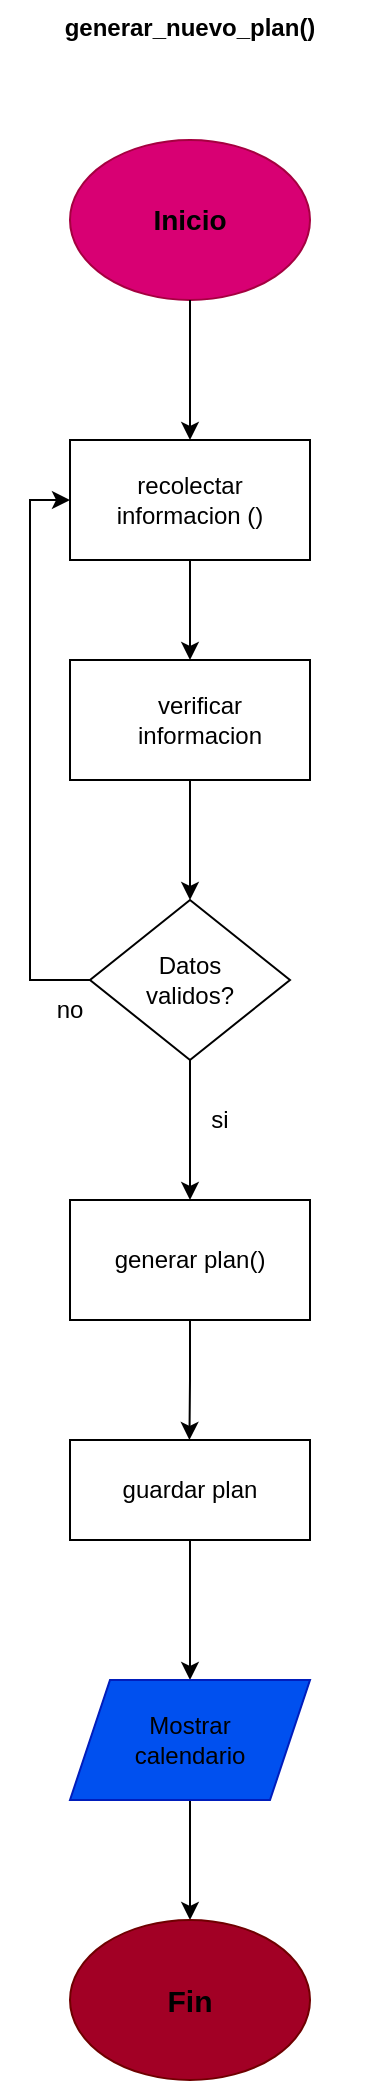
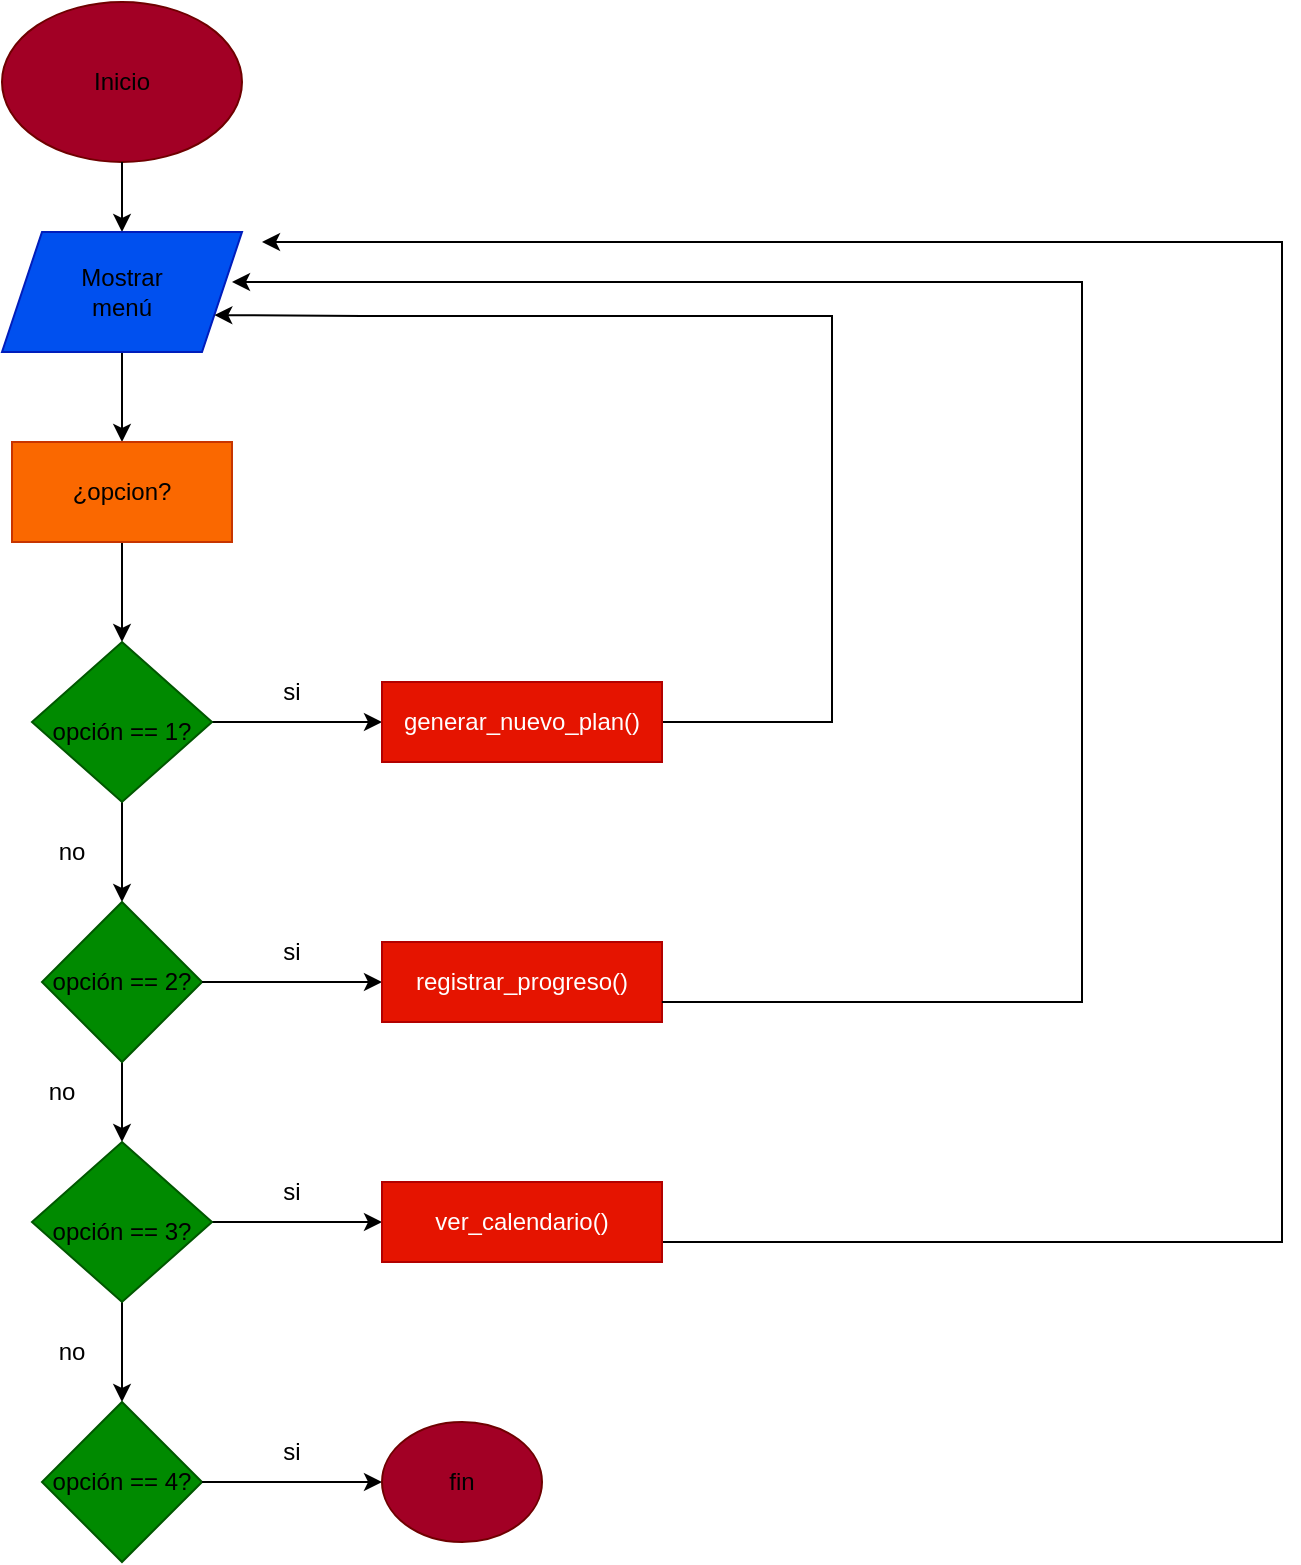
<mxfile host="app.diagrams.net">
-   <diagram name="Página-1" id="Pbo5XaAALPT2K-QMePv2">
-     <mxGraphModel dx="1106" dy="644" grid="1" gridSize="10" guides="1" tooltips="1" connect="1" arrows="1" fold="1" page="1" pageScale="1" pageWidth="827" pageHeight="1169" math="0" shadow="0">
+   <diagram name="Página-1" id="oSVJuoh6jqE7HBOHeRjp">
+     <mxGraphModel dx="1032" dy="601" grid="1" gridSize="10" guides="1" tooltips="1" connect="1" arrows="1" fold="1" page="1" pageScale="1" pageWidth="827" pageHeight="1169" math="0" shadow="0">
      <root>
        <mxCell id="0" />
        <mxCell id="1" parent="0" />
-         <mxCell id="eI1CErdXToQsNWmg2Q4K-1" parent="1" style="text;whiteSpace=wrap;fontStyle=1;align=center;fontColor=light-dark(#000000,#C7FFF8);" value="generar_nuevo_plan()" vertex="1">
-           <mxGeometry height="40" width="190" x="235" y="10" as="geometry" />
+         <mxCell id="aeWvypFD9zjGKCX_coQA-3" parent="1" style="ellipse;whiteSpace=wrap;html=1;fillColor=#a20025;fontColor=#ffffff;strokeColor=#6F0000;" value="" vertex="1">
+           <mxGeometry height="80" width="120" x="310" y="30" as="geometry" />
        </mxCell>
-         <mxCell id="eI1CErdXToQsNWmg2Q4K-2" parent="1" style="ellipse;whiteSpace=wrap;html=1;fillColor=light-dark(#D80073,#EA6B66);fontColor=#ffffff;strokeColor=#A50040;" value="" vertex="1">
-           <mxGeometry height="80" width="120" x="270" y="80" as="geometry" />
-         </mxCell>
-         <mxCell id="eI1CErdXToQsNWmg2Q4K-5" edge="1" parent="1" style="edgeStyle=orthogonalEdgeStyle;rounded=0;orthogonalLoop=1;jettySize=auto;html=1;">
+         <mxCell id="aeWvypFD9zjGKCX_coQA-5" edge="1" parent="1" source="aeWvypFD9zjGKCX_coQA-3" style="edgeStyle=orthogonalEdgeStyle;rounded=0;orthogonalLoop=1;jettySize=auto;html=1;entryX=0.5;entryY=0;entryDx=0;entryDy=0;exitX=0.5;exitY=1;exitDx=0;exitDy=0;exitPerimeter=0;" target="aeWvypFD9zjGKCX_coQA-6">
          <mxGeometry relative="1" as="geometry">
-             <mxPoint x="330" y="160" as="sourcePoint" />
-             <mxPoint x="330" y="230" as="targetPoint" />
+             <Array as="points" />
+             <mxPoint x="370" y="120" as="sourcePoint" />
+             <mxPoint x="370" y="180" as="targetPoint" />
          </mxGeometry>
        </mxCell>
-         <mxCell id="eI1CErdXToQsNWmg2Q4K-3" parent="1" style="text;html=1;whiteSpace=wrap;strokeColor=none;fillColor=none;align=center;verticalAlign=middle;rounded=0;fontSize=14;" value="&lt;b&gt;Inicio&lt;/b&gt;" vertex="1">
-           <mxGeometry height="35" width="70" x="295" y="102.5" as="geometry" />
+         <mxCell id="aeWvypFD9zjGKCX_coQA-4" parent="1" style="text;html=1;whiteSpace=wrap;strokeColor=none;fillColor=none;align=center;verticalAlign=middle;rounded=0;" value="Inicio" vertex="1">
+           <mxGeometry height="30" width="60" x="340" y="55" as="geometry" />
        </mxCell>
-         <mxCell id="eI1CErdXToQsNWmg2Q4K-8" edge="1" parent="1" source="eI1CErdXToQsNWmg2Q4K-6" style="edgeStyle=orthogonalEdgeStyle;rounded=0;orthogonalLoop=1;jettySize=auto;html=1;exitX=0.5;exitY=1;exitDx=0;exitDy=0;">
+         <mxCell id="aeWvypFD9zjGKCX_coQA-20" edge="1" parent="1" source="aeWvypFD9zjGKCX_coQA-6" style="edgeStyle=orthogonalEdgeStyle;rounded=0;orthogonalLoop=1;jettySize=auto;html=1;exitX=0.5;exitY=1;exitDx=0;exitDy=0;entryX=0.5;entryY=0;entryDx=0;entryDy=0;" target="aeWvypFD9zjGKCX_coQA-13">
+           <mxGeometry relative="1" as="geometry" />
+         </mxCell>
+         <mxCell id="aeWvypFD9zjGKCX_coQA-6" parent="1" style="shape=parallelogram;perimeter=parallelogramPerimeter;whiteSpace=wrap;html=1;fixedSize=1;fillColor=#0050ef;fontColor=#ffffff;strokeColor=#001DBC;" value="" vertex="1">
+           <mxGeometry height="60" width="120" x="310" y="145" as="geometry" />
+         </mxCell>
+         <mxCell id="aeWvypFD9zjGKCX_coQA-7" parent="1" style="text;html=1;whiteSpace=wrap;strokeColor=none;fillColor=none;align=center;verticalAlign=middle;rounded=0;" value="Mostrar menú" vertex="1">
+           <mxGeometry height="30" width="60" x="340" y="160" as="geometry" />
+         </mxCell>
+         <mxCell id="aeWvypFD9zjGKCX_coQA-21" edge="1" parent="1" source="aeWvypFD9zjGKCX_coQA-13" style="edgeStyle=orthogonalEdgeStyle;rounded=0;orthogonalLoop=1;jettySize=auto;html=1;" target="aeWvypFD9zjGKCX_coQA-22">
          <mxGeometry relative="1" as="geometry">
-             <mxPoint x="330" y="340" as="targetPoint" />
+             <mxPoint x="370" y="390" as="targetPoint" />
          </mxGeometry>
        </mxCell>
-         <mxCell id="eI1CErdXToQsNWmg2Q4K-6" parent="1" style="rounded=0;whiteSpace=wrap;html=1;fillColor=light-dark(#FFFFFF,#FF9F7C);" value="" vertex="1">
-           <mxGeometry height="60" width="120" x="270" y="230" as="geometry" />
+         <mxCell id="aeWvypFD9zjGKCX_coQA-13" parent="1" style="rounded=0;whiteSpace=wrap;html=1;fillColor=light-dark(#FA6800,#FFB570);fontColor=#000000;strokeColor=#C73500;" value="" vertex="1">
+           <mxGeometry height="50" width="110" x="315" y="250" as="geometry" />
        </mxCell>
-         <mxCell id="eI1CErdXToQsNWmg2Q4K-7" parent="1" style="text;html=1;whiteSpace=wrap;strokeColor=none;fillColor=none;align=center;verticalAlign=middle;rounded=0;" value="recolectar informacion ()" vertex="1">
-           <mxGeometry height="30" width="80" x="290" y="245" as="geometry" />
+         <mxCell id="aeWvypFD9zjGKCX_coQA-19" parent="1" style="text;html=1;whiteSpace=wrap;strokeColor=none;fillColor=none;align=center;verticalAlign=middle;rounded=0;" value="¿opcion?" vertex="1">
+           <mxGeometry height="30" width="60" x="340" y="260" as="geometry" />
        </mxCell>
-         <mxCell id="eI1CErdXToQsNWmg2Q4K-11" edge="1" parent="1" source="eI1CErdXToQsNWmg2Q4K-9" style="edgeStyle=orthogonalEdgeStyle;rounded=0;orthogonalLoop=1;jettySize=auto;html=1;" target="eI1CErdXToQsNWmg2Q4K-12">
+         <mxCell id="aeWvypFD9zjGKCX_coQA-24" edge="1" parent="1" source="aeWvypFD9zjGKCX_coQA-22" style="edgeStyle=orthogonalEdgeStyle;rounded=0;orthogonalLoop=1;jettySize=auto;html=1;exitX=1;exitY=0.5;exitDx=0;exitDy=0;" target="aeWvypFD9zjGKCX_coQA-26">
          <mxGeometry relative="1" as="geometry">
-             <mxPoint x="330" y="460" as="targetPoint" />
+             <mxPoint x="460" y="430" as="targetPoint" />
          </mxGeometry>
        </mxCell>
-         <mxCell id="eI1CErdXToQsNWmg2Q4K-9" parent="1" style="rounded=0;whiteSpace=wrap;html=1;fillColor=light-dark(#FFFFFF,#FF9F7C);" value="" vertex="1">
-           <mxGeometry height="60" width="120" x="270" y="340" as="geometry" />
+         <mxCell id="aeWvypFD9zjGKCX_coQA-30" edge="1" parent="1" source="aeWvypFD9zjGKCX_coQA-22" style="edgeStyle=orthogonalEdgeStyle;rounded=0;orthogonalLoop=1;jettySize=auto;html=1;exitX=0.5;exitY=1;exitDx=0;exitDy=0;entryX=0;entryY=0.5;entryDx=0;entryDy=0;" target="aeWvypFD9zjGKCX_coQA-36">
+           <mxGeometry relative="1" as="geometry">
+             <mxPoint x="370" y="480" as="targetPoint" />
+           </mxGeometry>
        </mxCell>
-         <mxCell id="eI1CErdXToQsNWmg2Q4K-10" parent="1" style="text;html=1;whiteSpace=wrap;strokeColor=none;fillColor=none;align=center;verticalAlign=middle;rounded=0;" value="verificar informacion" vertex="1">
-           <mxGeometry height="30" width="60" x="305" y="355" as="geometry" />
+         <mxCell id="aeWvypFD9zjGKCX_coQA-22" parent="1" style="rhombus;whiteSpace=wrap;html=1;fillColor=light-dark(#008A00,#97D077);strokeColor=#005700;fontColor=#ffffff;" value="" vertex="1">
+           <mxGeometry height="80" width="90" x="325" y="350" as="geometry" />
        </mxCell>
-         <mxCell id="eI1CErdXToQsNWmg2Q4K-14" edge="1" parent="1" source="eI1CErdXToQsNWmg2Q4K-12" style="edgeStyle=orthogonalEdgeStyle;rounded=0;orthogonalLoop=1;jettySize=auto;html=1;exitX=0;exitY=0.5;exitDx=0;exitDy=0;entryX=0;entryY=0.5;entryDx=0;entryDy=0;" target="eI1CErdXToQsNWmg2Q4K-6">
+         <mxCell id="aeWvypFD9zjGKCX_coQA-23" parent="1" style="text;html=1;whiteSpace=wrap;strokeColor=none;fillColor=none;align=center;verticalAlign=middle;rounded=0;" value="opción == 1?" vertex="1">
+           <mxGeometry height="30" width="80" x="330" y="380" as="geometry" />
+         </mxCell>
+         <mxCell id="aeWvypFD9zjGKCX_coQA-71" edge="1" parent="1" style="edgeStyle=orthogonalEdgeStyle;rounded=0;orthogonalLoop=1;jettySize=auto;html=1;entryX=1;entryY=0.75;entryDx=0;entryDy=0;" target="aeWvypFD9zjGKCX_coQA-6">
          <mxGeometry relative="1" as="geometry">
            <Array as="points">
-               <mxPoint x="250" y="500" />
-               <mxPoint x="250" y="260" />
+               <mxPoint x="725" y="390" />
+               <mxPoint x="725" y="187" />
+               <mxPoint x="490" y="187" />
            </Array>
+             <mxPoint x="640" y="390" as="sourcePoint" />
+             <mxPoint x="489.9954545454547" y="191.36363636363637" as="targetPoint" />
          </mxGeometry>
        </mxCell>
-         <mxCell id="eI1CErdXToQsNWmg2Q4K-16" edge="1" parent="1" source="eI1CErdXToQsNWmg2Q4K-12" style="edgeStyle=orthogonalEdgeStyle;rounded=0;orthogonalLoop=1;jettySize=auto;html=1;exitX=0.5;exitY=1;exitDx=0;exitDy=0;">
+         <mxCell id="aeWvypFD9zjGKCX_coQA-26" parent="1" style="rounded=0;whiteSpace=wrap;html=1;fillColor=#e51400;fontColor=#ffffff;strokeColor=#B20000;" value="generar_nuevo_plan()" vertex="1">
+           <mxGeometry height="40" width="140" x="500" y="370" as="geometry" />
+         </mxCell>
+         <mxCell id="aeWvypFD9zjGKCX_coQA-27" parent="1" style="text;html=1;whiteSpace=wrap;strokeColor=none;fillColor=none;align=center;verticalAlign=middle;rounded=0;" value="si" vertex="1">
+           <mxGeometry height="30" width="60" x="425" y="360" as="geometry" />
+         </mxCell>
+         <mxCell id="aeWvypFD9zjGKCX_coQA-31" parent="1" style="text;html=1;whiteSpace=wrap;strokeColor=none;fillColor=none;align=center;verticalAlign=middle;rounded=0;" value="no" vertex="1">
+           <mxGeometry height="30" width="60" x="315" y="440" as="geometry" />
+         </mxCell>
+         <mxCell id="aeWvypFD9zjGKCX_coQA-63" edge="1" parent="1" source="aeWvypFD9zjGKCX_coQA-36" style="edgeStyle=orthogonalEdgeStyle;rounded=0;orthogonalLoop=1;jettySize=auto;html=1;exitX=1;exitY=0.5;exitDx=0;exitDy=0;entryX=0.5;entryY=0;entryDx=0;entryDy=0;" target="aeWvypFD9zjGKCX_coQA-55">
+           <mxGeometry relative="1" as="geometry" />
+         </mxCell>
+         <mxCell id="aeWvypFD9zjGKCX_coQA-36" parent="1" style="rhombus;whiteSpace=wrap;html=1;direction=south;fillColor=light-dark(#008A00,#97D077);fontColor=#ffffff;strokeColor=#005700;" value="" vertex="1">
+           <mxGeometry height="80" width="80" x="330" y="480" as="geometry" />
+         </mxCell>
+         <mxCell id="aeWvypFD9zjGKCX_coQA-41" edge="1" parent="1" source="aeWvypFD9zjGKCX_coQA-37" style="edgeStyle=orthogonalEdgeStyle;rounded=0;orthogonalLoop=1;jettySize=auto;html=1;exitX=1;exitY=0.5;exitDx=0;exitDy=0;">
          <mxGeometry relative="1" as="geometry">
-             <mxPoint x="330" y="610" as="targetPoint" />
+             <mxPoint x="500" y="519.9999999999999" as="targetPoint" />
          </mxGeometry>
        </mxCell>
-         <mxCell id="eI1CErdXToQsNWmg2Q4K-12" parent="1" style="rhombus;whiteSpace=wrap;html=1;fillColor=light-dark(#FFFFFF,#97D077);fontColor=light-dark(#000000,#97D077);" value="" vertex="1">
-           <mxGeometry height="80" width="100" x="280" y="460" as="geometry" />
+         <mxCell id="aeWvypFD9zjGKCX_coQA-37" parent="1" style="text;html=1;whiteSpace=wrap;strokeColor=none;fillColor=none;align=center;verticalAlign=middle;rounded=0;" value="opción == 2?" vertex="1">
+           <mxGeometry height="30" width="80" x="330" y="505" as="geometry" />
        </mxCell>
-         <mxCell id="eI1CErdXToQsNWmg2Q4K-13" parent="1" style="text;html=1;whiteSpace=wrap;strokeColor=none;fillColor=none;align=center;verticalAlign=middle;rounded=0;fontColor=light-dark(#000000,#000000);" value="Datos validos?" vertex="1">
-           <mxGeometry height="35" width="60" x="300" y="482.5" as="geometry" />
+         <mxCell id="aeWvypFD9zjGKCX_coQA-42" parent="1" style="text;html=1;whiteSpace=wrap;strokeColor=none;fillColor=none;align=center;verticalAlign=middle;rounded=0;" value="si" vertex="1">
+           <mxGeometry height="30" width="60" x="425" y="490" as="geometry" />
        </mxCell>
-         <mxCell id="eI1CErdXToQsNWmg2Q4K-15" parent="1" style="text;html=1;whiteSpace=wrap;strokeColor=none;fillColor=none;align=center;verticalAlign=middle;rounded=0;" value="no" vertex="1">
-           <mxGeometry height="30" width="60" x="240" y="500" as="geometry" />
-         </mxCell>
-         <mxCell id="eI1CErdXToQsNWmg2Q4K-18" parent="1" style="text;html=1;whiteSpace=wrap;strokeColor=none;fillColor=none;align=center;verticalAlign=middle;rounded=0;" value="si" vertex="1">
-           <mxGeometry height="30" width="60" x="315" y="555" as="geometry" />
-         </mxCell>
-         <mxCell id="eI1CErdXToQsNWmg2Q4K-27" edge="1" parent="1" source="eI1CErdXToQsNWmg2Q4K-19" style="edgeStyle=orthogonalEdgeStyle;rounded=0;orthogonalLoop=1;jettySize=auto;html=1;exitX=0.5;exitY=1;exitDx=0;exitDy=0;">
+         <mxCell id="aeWvypFD9zjGKCX_coQA-53" edge="1" parent="1" source="aeWvypFD9zjGKCX_coQA-55" style="edgeStyle=orthogonalEdgeStyle;rounded=0;orthogonalLoop=1;jettySize=auto;html=1;exitX=1;exitY=0.5;exitDx=0;exitDy=0;">
          <mxGeometry relative="1" as="geometry">
-             <mxPoint x="329.7142857142858" y="730" as="targetPoint" />
+             <mxPoint x="500" y="640" as="targetPoint" />
          </mxGeometry>
        </mxCell>
-         <mxCell id="eI1CErdXToQsNWmg2Q4K-19" parent="1" style="rounded=0;whiteSpace=wrap;html=1;fillColor=light-dark(#FFFFFF,#FF9F7C);" value="" vertex="1">
-           <mxGeometry height="60" width="120" x="270" y="610" as="geometry" />
-         </mxCell>
-         <mxCell id="eI1CErdXToQsNWmg2Q4K-20" parent="1" style="text;html=1;whiteSpace=wrap;strokeColor=none;fillColor=none;align=center;verticalAlign=middle;rounded=0;" value="generar plan()" vertex="1">
-           <mxGeometry height="30" width="90" x="285" y="625" as="geometry" />
-         </mxCell>
-         <mxCell id="eI1CErdXToQsNWmg2Q4K-31" edge="1" parent="1" source="eI1CErdXToQsNWmg2Q4K-30" style="edgeStyle=orthogonalEdgeStyle;rounded=0;orthogonalLoop=1;jettySize=auto;html=1;">
+         <mxCell id="aeWvypFD9zjGKCX_coQA-54" edge="1" parent="1" source="aeWvypFD9zjGKCX_coQA-55" style="edgeStyle=orthogonalEdgeStyle;rounded=0;orthogonalLoop=1;jettySize=auto;html=1;exitX=0.5;exitY=1;exitDx=0;exitDy=0;entryX=0;entryY=0.5;entryDx=0;entryDy=0;" target="aeWvypFD9zjGKCX_coQA-59">
          <mxGeometry relative="1" as="geometry">
-             <mxPoint x="330" y="850" as="targetPoint" />
+             <mxPoint x="370" y="730" as="targetPoint" />
          </mxGeometry>
        </mxCell>
-         <mxCell id="eI1CErdXToQsNWmg2Q4K-30" parent="1" style="rounded=0;whiteSpace=wrap;html=1;fillColor=light-dark(#FFFFFF,#FF9F7C);" value="" vertex="1">
-           <mxGeometry height="50" width="120" x="270" y="730" as="geometry" />
+         <mxCell id="aeWvypFD9zjGKCX_coQA-55" parent="1" style="rhombus;whiteSpace=wrap;html=1;fillColor=light-dark(#008A00,#97D077);strokeColor=#005700;fontColor=#ffffff;" value="" vertex="1">
+           <mxGeometry height="80" width="90" x="325" y="600" as="geometry" />
        </mxCell>
-         <mxCell id="eI1CErdXToQsNWmg2Q4K-33" parent="1" style="text;html=1;whiteSpace=wrap;strokeColor=none;fillColor=none;align=center;verticalAlign=middle;rounded=0;" value="guardar plan" vertex="1">
-           <mxGeometry height="30" width="90" x="285" y="740" as="geometry" />
+         <mxCell id="aeWvypFD9zjGKCX_coQA-56" parent="1" style="text;html=1;whiteSpace=wrap;strokeColor=none;fillColor=none;align=center;verticalAlign=middle;rounded=0;" value="opción == 3?" vertex="1">
+           <mxGeometry height="30" width="80" x="330" y="630" as="geometry" />
        </mxCell>
-         <mxCell id="eI1CErdXToQsNWmg2Q4K-35" edge="1" parent="1" source="eI1CErdXToQsNWmg2Q4K-33" style="edgeStyle=orthogonalEdgeStyle;rounded=0;orthogonalLoop=1;jettySize=auto;html=1;exitX=0.5;exitY=1;exitDx=0;exitDy=0;" target="eI1CErdXToQsNWmg2Q4K-33">
-           <mxGeometry relative="1" as="geometry" />
+         <mxCell id="aeWvypFD9zjGKCX_coQA-57" parent="1" style="text;html=1;whiteSpace=wrap;strokeColor=none;fillColor=none;align=center;verticalAlign=middle;rounded=0;" value="si" vertex="1">
+           <mxGeometry height="30" width="60" x="425" y="610" as="geometry" />
        </mxCell>
-         <mxCell id="eI1CErdXToQsNWmg2Q4K-39" edge="1" parent="1" source="eI1CErdXToQsNWmg2Q4K-36" style="edgeStyle=orthogonalEdgeStyle;rounded=0;orthogonalLoop=1;jettySize=auto;html=1;exitX=0.5;exitY=1;exitDx=0;exitDy=0;" target="eI1CErdXToQsNWmg2Q4K-40">
+         <mxCell id="aeWvypFD9zjGKCX_coQA-58" parent="1" style="text;html=1;whiteSpace=wrap;strokeColor=none;fillColor=none;align=center;verticalAlign=middle;rounded=0;" value="no" vertex="1">
+           <mxGeometry height="30" width="60" x="315" y="690" as="geometry" />
+         </mxCell>
+         <mxCell id="aeWvypFD9zjGKCX_coQA-59" parent="1" style="rhombus;whiteSpace=wrap;html=1;direction=south;fillColor=light-dark(#008A00,#97D077);fontColor=#ffffff;strokeColor=#005700;" value="" vertex="1">
+           <mxGeometry height="80" width="80" x="330" y="730" as="geometry" />
+         </mxCell>
+         <mxCell id="aeWvypFD9zjGKCX_coQA-60" edge="1" parent="1" source="aeWvypFD9zjGKCX_coQA-61" style="edgeStyle=orthogonalEdgeStyle;rounded=0;orthogonalLoop=1;jettySize=auto;html=1;exitX=1;exitY=0.5;exitDx=0;exitDy=0;">
          <mxGeometry relative="1" as="geometry">
-             <mxPoint x="329.7142857142858" y="960" as="targetPoint" />
+             <mxPoint x="500" y="769.9999999999999" as="targetPoint" />
          </mxGeometry>
        </mxCell>
-         <mxCell id="eI1CErdXToQsNWmg2Q4K-36" parent="1" style="shape=parallelogram;perimeter=parallelogramPerimeter;whiteSpace=wrap;html=1;fixedSize=1;fillColor=#0050ef;fontColor=#ffffff;strokeColor=#001DBC;" value="" vertex="1">
-           <mxGeometry height="60" width="120" x="270" y="850" as="geometry" />
+         <mxCell id="aeWvypFD9zjGKCX_coQA-61" parent="1" style="text;html=1;whiteSpace=wrap;strokeColor=none;fillColor=none;align=center;verticalAlign=middle;rounded=0;" value="opción == 4?" vertex="1">
+           <mxGeometry height="30" width="80" x="330" y="755" as="geometry" />
        </mxCell>
-         <mxCell id="eI1CErdXToQsNWmg2Q4K-38" parent="1" style="text;html=1;whiteSpace=wrap;strokeColor=none;fillColor=none;align=center;verticalAlign=middle;rounded=0;" value="Mostrar calendario" vertex="1">
-           <mxGeometry height="30" width="60" x="300" y="865" as="geometry" />
+         <mxCell id="aeWvypFD9zjGKCX_coQA-62" parent="1" style="text;html=1;whiteSpace=wrap;strokeColor=none;fillColor=none;align=center;verticalAlign=middle;rounded=0;" value="si" vertex="1">
+           <mxGeometry height="30" width="60" x="425" y="740" as="geometry" />
        </mxCell>
-         <mxCell id="eI1CErdXToQsNWmg2Q4K-40" parent="1" style="ellipse;whiteSpace=wrap;html=1;fillColor=light-dark(#A20025,#EA6B66);fontColor=#ffffff;strokeColor=#6F0000;" value="" vertex="1">
-           <mxGeometry height="80" width="120" x="270.0042857142858" y="970" as="geometry" />
+         <mxCell id="aeWvypFD9zjGKCX_coQA-64" parent="1" style="text;html=1;whiteSpace=wrap;strokeColor=none;fillColor=none;align=center;verticalAlign=middle;rounded=0;" value="no" vertex="1">
+           <mxGeometry height="30" width="60" x="310" y="560" as="geometry" />
        </mxCell>
-         <mxCell id="eI1CErdXToQsNWmg2Q4K-41" parent="1" style="text;html=1;whiteSpace=wrap;strokeColor=none;fillColor=none;align=center;verticalAlign=middle;rounded=0;fontSize=15;fontStyle=1" value="Fin" vertex="1">
-           <mxGeometry height="30" width="60" x="300" y="995" as="geometry" />
+         <mxCell id="aeWvypFD9zjGKCX_coQA-65" parent="1" style="ellipse;whiteSpace=wrap;html=1;fillColor=#a20025;fontColor=#ffffff;strokeColor=#6F0000;" value="" vertex="1">
+           <mxGeometry height="60" width="80" x="500" y="740" as="geometry" />
+         </mxCell>
+         <mxCell id="aeWvypFD9zjGKCX_coQA-66" parent="1" style="text;html=1;whiteSpace=wrap;strokeColor=none;fillColor=none;align=center;verticalAlign=middle;rounded=0;" value="fin" vertex="1">
+           <mxGeometry height="30" width="60" x="510" y="755" as="geometry" />
+         </mxCell>
+         <mxCell id="aeWvypFD9zjGKCX_coQA-67" parent="1" style="rounded=0;whiteSpace=wrap;html=1;fillColor=#e51400;fontColor=#ffffff;strokeColor=#B20000;" value="registrar_progreso()" vertex="1">
+           <mxGeometry height="40" width="140" x="500" y="500" as="geometry" />
+         </mxCell>
+         <mxCell id="aeWvypFD9zjGKCX_coQA-75" edge="1" parent="1" style="edgeStyle=orthogonalEdgeStyle;rounded=0;orthogonalLoop=1;jettySize=auto;html=1;exitX=1;exitY=0.5;exitDx=0;exitDy=0;">
+           <mxGeometry relative="1" as="geometry">
+             <Array as="points">
+               <mxPoint x="950" y="650" />
+               <mxPoint x="950" y="150" />
+             </Array>
+             <mxPoint x="640" y="650" as="sourcePoint" />
+             <mxPoint x="440" y="150" as="targetPoint" />
+           </mxGeometry>
+         </mxCell>
+         <mxCell id="aeWvypFD9zjGKCX_coQA-68" parent="1" style="rounded=0;whiteSpace=wrap;html=1;fillColor=#e51400;fontColor=#ffffff;strokeColor=#B20000;" value="ver_calendario()" vertex="1">
+           <mxGeometry height="40" width="140" x="500" y="620" as="geometry" />
+         </mxCell>
+         <mxCell id="aeWvypFD9zjGKCX_coQA-72" edge="1" parent="1" source="aeWvypFD9zjGKCX_coQA-67" style="edgeStyle=orthogonalEdgeStyle;rounded=0;orthogonalLoop=1;jettySize=auto;html=1;entryX=1;entryY=0;entryDx=0;entryDy=0;exitX=1;exitY=0.75;exitDx=0;exitDy=0;">
+           <mxGeometry relative="1" as="geometry">
+             <Array as="points">
+               <mxPoint x="850" y="530" />
+               <mxPoint x="850" y="170" />
+             </Array>
+             <mxPoint x="635" y="545" as="sourcePoint" />
+             <mxPoint x="425" y="170" as="targetPoint" />
+           </mxGeometry>
        </mxCell>
      </root>
    </mxGraphModel>
  </diagram>
</mxfile>
